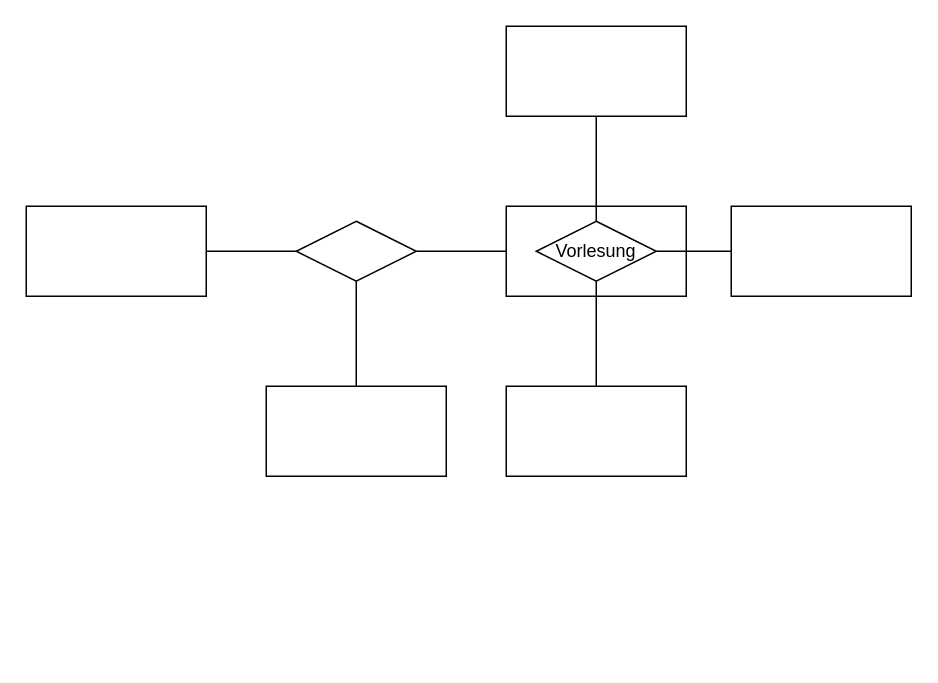
Before: Studium/Studium.drawio in mitmirzutun/Datenbanken, a draw.io diagram. Source tidied: cells renumbered, new cells numbered last; positions are measured from the earlier drawing's top-left corner, leaving out a move shared by most shapes. Both pictures are drawn from the tidied source at 150%, with x=0, y=0 at pixel (26, 26).
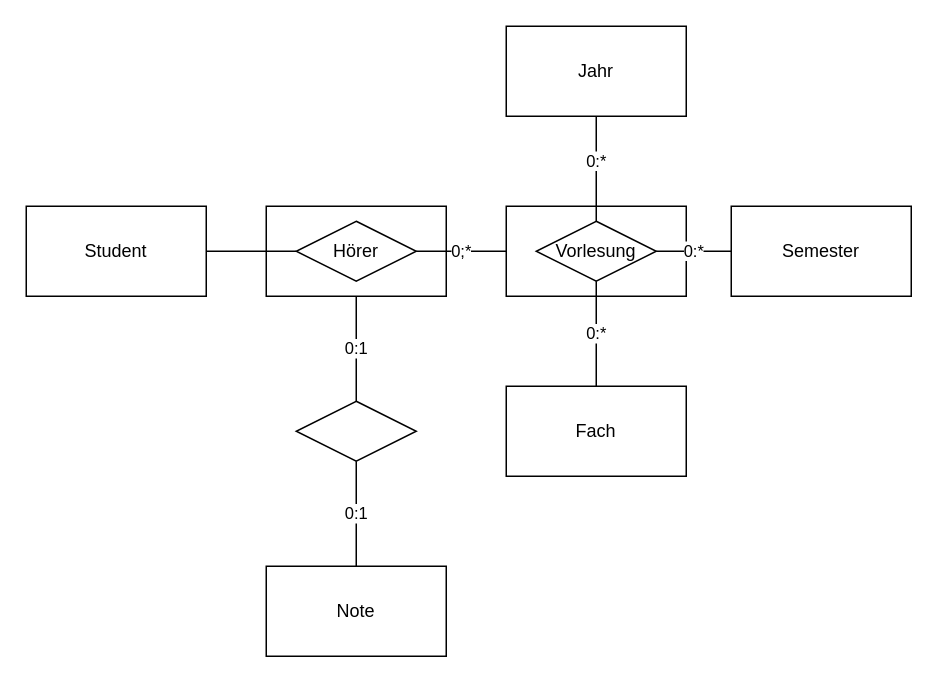
The same diagram, later.

Unchanged cells that the change refers to:
```xml
<mxCell id="10" style="rounded=0;whiteSpace=wrap;html=1;" parent="9" vertex="1">
  <mxGeometry width="120" height="60" as="geometry" />
</mxCell>
<mxCell id="11" value="Vorlesung" style="rhombus;whiteSpace=wrap;html=1;" parent="9" vertex="1">
  <mxGeometry x="20" y="10" width="80" height="40" as="geometry" />
</mxCell>
```

The edit, as a diff of the source:
```diff
@@
-    <mxCell id="2" style="edgeStyle=orthogonalEdgeStyle;rounded=0;jettySize=auto;html=1;exitX=1;exitY=0.5;exitDx=0;exitDy=0;entryX=0;entryY=0.5;entryDx=0;entryDy=0;endArrow=none;endFill=0;" parent="1" edge="1" source="3" target="5">
-      <mxGeometry relative="1" as="geometry" />
-    </mxCell>
-    <mxCell id="3" style="rounded=0;whiteSpace=wrap;html=1;" parent="1" vertex="1">
+    <mxCell id="3" value="Student" style="rounded=0;whiteSpace=wrap;html=1;" parent="1" vertex="1">
       <mxGeometry y="120" width="120" height="60" as="geometry" />
     </mxCell>
-    <mxCell id="4" style="rounded=0;whiteSpace=wrap;html=1;" parent="1" vertex="1">
-      <mxGeometry x="160" y="240" width="120" height="60" as="geometry" />
+    <mxCell id="4" value="Note" style="rounded=0;whiteSpace=wrap;html=1;" parent="1" vertex="1">
+      <mxGeometry x="160" y="360" width="120" height="60" as="geometry" />
     </mxCell>
-    <mxCell id="5" style="rhombus;whiteSpace=wrap;html=1;" parent="1" vertex="1">
-      <mxGeometry x="180" y="130" width="80" height="40" as="geometry" />
-    </mxCell>
-    <mxCell id="6" style="rounded=0;whiteSpace=wrap;html=1;" parent="1" vertex="1">
+    <mxCell id="6" value="Fach" style="rounded=0;whiteSpace=wrap;html=1;" parent="1" vertex="1">
       <mxGeometry x="320" y="240" width="120" height="60" as="geometry" />
     </mxCell>
-    <mxCell id="7" style="rounded=0;whiteSpace=wrap;html=1;" parent="1" vertex="1">
+    <mxCell id="7" value="Jahr" style="rounded=0;whiteSpace=wrap;html=1;" parent="1" vertex="1">
       <mxGeometry x="320" width="120" height="60" as="geometry" />
     </mxCell>
-    <mxCell id="8" style="rounded=0;whiteSpace=wrap;html=1;" parent="1" vertex="1">
+    <mxCell id="8" value="Semester" style="rounded=0;whiteSpace=wrap;html=1;" parent="1" vertex="1">
       <mxGeometry x="470" y="120" width="120" height="60" as="geometry" />
     </mxCell>
@@
-    <mxCell id="12" style="edgeStyle=orthogonalEdgeStyle;rounded=0;jettySize=auto;html=1;exitX=0.5;exitY=0;exitDx=0;exitDy=0;entryX=0.5;entryY=1;entryDx=0;entryDy=0;endArrow=none;endFill=0;" parent="1" edge="1" source="11" target="7">
-      <mxGeometry relative="1" as="geometry" />
+    <mxCell id="12" value="0:*" style="edgeStyle=orthogonalEdgeStyle;rounded=0;jettySize=auto;html=1;exitX=0.5;exitY=0;exitDx=0;exitDy=0;entryX=0.5;entryY=1;entryDx=0;entryDy=0;endArrow=none;endFill=0;" parent="1" edge="1" source="11" target="7">
+      <mxGeometry x="0.14" relative="1" as="geometry">
+        <Array as="points">
+          <mxPoint x="380" y="100" />
+          <mxPoint x="380" y="100" />
+        </Array>
+      </mxGeometry>
     </mxCell>
-    <mxCell id="13" style="edgeStyle=orthogonalEdgeStyle;rounded=0;jettySize=auto;html=1;exitX=0.5;exitY=0;exitDx=0;exitDy=0;entryX=0.5;entryY=1;entryDx=0;entryDy=0;endArrow=none;endFill=0;" parent="1" edge="1" source="6" target="11">
+    <mxCell id="13" value="0:*" style="edgeStyle=orthogonalEdgeStyle;rounded=0;jettySize=auto;html=1;exitX=0.5;exitY=0;exitDx=0;exitDy=0;entryX=0.5;entryY=1;entryDx=0;entryDy=0;endArrow=none;endFill=0;" parent="1" edge="1" source="6" target="11">
       <mxGeometry relative="1" as="geometry" />
     </mxCell>
-    <mxCell id="14" style="edgeStyle=orthogonalEdgeStyle;rounded=0;jettySize=auto;html=1;exitX=1;exitY=0.5;exitDx=0;exitDy=0;entryX=0;entryY=0.5;entryDx=0;entryDy=0;endArrow=none;endFill=0;" parent="1" edge="1" source="5" target="10">
-      <mxGeometry relative="1" as="geometry" />
-    </mxCell>
-    <mxCell id="15" style="edgeStyle=orthogonalEdgeStyle;rounded=0;jettySize=auto;html=1;entryX=0.5;entryY=1;entryDx=0;entryDy=0;endArrow=none;endFill=0;exitX=0.5;exitY=0;exitDx=0;exitDy=0;" parent="1" edge="1" source="4" target="5">
+    <mxCell id="15" value="0:1" style="edgeStyle=orthogonalEdgeStyle;rounded=0;jettySize=auto;html=1;entryX=0.5;entryY=1;entryDx=0;entryDy=0;endArrow=none;endFill=0;exitX=0.5;exitY=0;exitDx=0;exitDy=0;" parent="1" edge="1" source="4" target="17">
       <mxGeometry relative="1" as="geometry" />
     </mxCell>
-    <mxCell id="16" style="edgeStyle=orthogonalEdgeStyle;rounded=0;jettySize=auto;html=1;entryX=0;entryY=0.5;entryDx=0;entryDy=0;endArrow=none;endFill=0;exitX=1;exitY=0.5;exitDx=0;exitDy=0;" parent="1" edge="1" source="11" target="8">
+    <mxCell id="16" value="0:*&lt;br&gt;" style="edgeStyle=orthogonalEdgeStyle;rounded=0;jettySize=auto;html=1;entryX=0;entryY=0.5;entryDx=0;entryDy=0;endArrow=none;endFill=0;exitX=1;exitY=0.5;exitDx=0;exitDy=0;" parent="1" edge="1" source="11" target="8">
       <mxGeometry relative="1" as="geometry" />
     </mxCell>
+    <mxCell id="17" style="rhombus;whiteSpace=wrap;html=1;" parent="1" vertex="1">
+      <mxGeometry x="180" y="250" width="80" height="40" as="geometry" />
+    </mxCell>
+    <mxCell id="18" style="rounded=0;whiteSpace=wrap;html=1;" parent="1" vertex="1">
+      <mxGeometry x="160" y="120" width="120" height="60" as="geometry" />
+    </mxCell>
+    <mxCell id="5" value="Hörer" style="rhombus;whiteSpace=wrap;html=1;" parent="1" vertex="1">
+      <mxGeometry x="180" y="130" width="80" height="40" as="geometry" />
+    </mxCell>
+    <mxCell id="2" style="edgeStyle=orthogonalEdgeStyle;rounded=0;jettySize=auto;html=1;exitX=1;exitY=0.5;exitDx=0;exitDy=0;entryX=0;entryY=0.5;entryDx=0;entryDy=0;endArrow=none;endFill=0;" parent="1" edge="1" source="3" target="5">
+      <mxGeometry relative="1" as="geometry" />
+    </mxCell>
+    <mxCell id="14" value="0;*" style="edgeStyle=orthogonalEdgeStyle;rounded=0;jettySize=auto;html=1;exitX=1;exitY=0.5;exitDx=0;exitDy=0;entryX=0;entryY=0.5;entryDx=0;entryDy=0;endArrow=none;endFill=0;" parent="1" edge="1" source="5" target="10">
+      <mxGeometry relative="1" as="geometry" />
+    </mxCell>
+    <mxCell id="19" value="0:1" style="edgeStyle=orthogonalEdgeStyle;rounded=0;jettySize=auto;html=1;entryX=0.5;entryY=0;entryDx=0;entryDy=0;endArrow=none;endFill=0;exitX=0.5;exitY=1;exitDx=0;exitDy=0;" parent="1" edge="1" source="18" target="17">
+      <mxGeometry relative="1" as="geometry" />
+    </mxCell>
```
